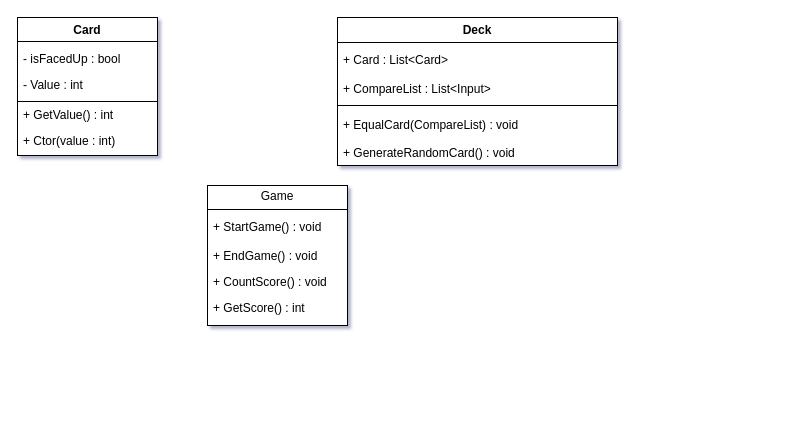
Earlier version of the draw.io diagram UML/CardModule.drawio (SiavashNamjoo/MemoryCardGame). Source tidied: cells renumbered, new cells numbered last; positions are measured from the earlier drawing's top-left corner, leaving out a move shared by most shapes. Both pictures are drawn from the tidied source at 100%, with x=0, y=0 at pixel (17, 17).
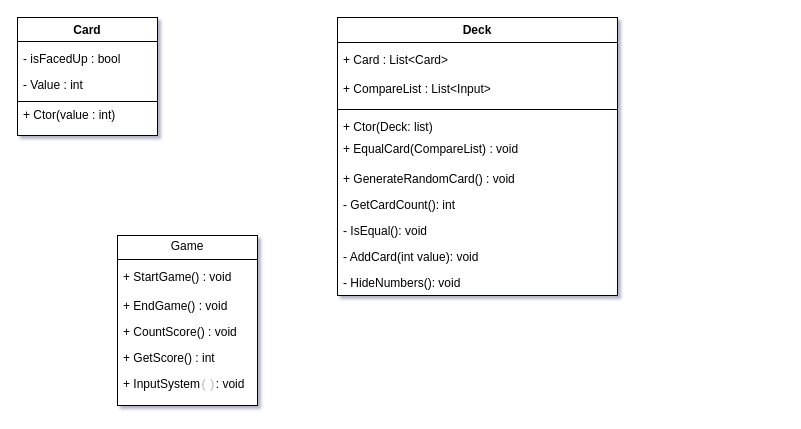
Above is the later version.

Commit message:
Complete UML

Diff of the diagram source:
```diff
@@
     <mxCell id="2" value="&lt;p style=&quot;margin: 4px 0px 0px; text-align: center; line-height: 50%;&quot;&gt;&lt;br&gt;&lt;b&gt;Card&lt;/b&gt;&lt;/p&gt;" style="verticalAlign=top;align=left;overflow=fill;fontSize=12;fontFamily=Helvetica;html=1;whiteSpace=wrap;" parent="1" vertex="1">
-      <mxGeometry width="140" height="138" as="geometry" />
+      <mxGeometry width="140" height="118" as="geometry" />
     </mxCell>
@@
-    <mxCell id="6" value="+ GetValue() : int" style="text;strokeColor=none;fillColor=none;align=left;verticalAlign=top;spacingLeft=4;spacingRight=4;overflow=hidden;whiteSpace=wrap;html=1;" parent="1" vertex="1">
-      <mxGeometry y="84" width="140" height="26" as="geometry" />
-    </mxCell>
@@
     <mxCell id="8" value="&lt;p style=&quot;margin: 4px 0px 0px; text-align: center; line-height: 120%;&quot;&gt;Game&lt;/p&gt;" style="verticalAlign=top;align=left;overflow=fill;fontSize=12;fontFamily=Helvetica;html=1;whiteSpace=wrap;" parent="1" vertex="1">
-      <mxGeometry x="190" y="168" width="140" height="140" as="geometry" />
+      <mxGeometry x="100" y="218" width="140" height="170" as="geometry" />
     </mxCell>
     <mxCell id="9" style="line;strokeWidth=1;fillColor=none;align=left;verticalAlign=middle;spacingTop=-1;spacingLeft=3;spacingRight=3;labelPosition=right;strokeColor=inherit;" parent="1" vertex="1">
-      <mxGeometry x="190" y="188" width="140" height="8" as="geometry" />
+      <mxGeometry x="100" y="238" width="140" height="8" as="geometry" />
     </mxCell>
     <mxCell id="10" value="+ StartGame() : void" style="text;strokeColor=none;fillColor=none;align=left;verticalAlign=top;spacingLeft=4;spacingRight=4;overflow=hidden;whiteSpace=wrap;html=1;" parent="1" vertex="1">
-      <mxGeometry x="190" y="195.5" width="140" height="26" as="geometry" />
+      <mxGeometry x="100" y="245.5" width="140" height="26" as="geometry" />
     </mxCell>
     <mxCell id="11" value="+ EndGame() : void" style="text;strokeColor=none;fillColor=none;align=left;verticalAlign=top;spacingLeft=4;spacingRight=4;overflow=hidden;whiteSpace=wrap;html=1;" parent="1" vertex="1">
-      <mxGeometry x="190" y="224.5" width="140" height="26" as="geometry" />
+      <mxGeometry x="100" y="274.5" width="140" height="26" as="geometry" />
     </mxCell>
     <mxCell id="12" value="&lt;p style=&quot;margin: 4px 0px 0px; text-align: center; line-height: 50%;&quot;&gt;&lt;br&gt;&lt;b&gt;Deck&lt;/b&gt;&lt;/p&gt;" style="verticalAlign=top;align=left;overflow=fill;fontSize=12;fontFamily=Helvetica;html=1;whiteSpace=wrap;" parent="1" vertex="1">
-      <mxGeometry x="320" width="280" height="148" as="geometry" />
+      <mxGeometry x="320" width="280" height="278" as="geometry" />
     </mxCell>
@@
     <mxCell id="15" value="+ GenerateRandomCard() : void" style="text;strokeColor=none;fillColor=none;align=left;verticalAlign=top;spacingLeft=4;spacingRight=4;overflow=hidden;whiteSpace=wrap;html=1;" parent="1" vertex="1">
-      <mxGeometry x="320" y="122" width="280" height="26" as="geometry" />
+      <mxGeometry x="320" y="148" width="280" height="26" as="geometry" />
     </mxCell>
     <mxCell id="16" style="line;strokeWidth=1;fillColor=none;align=left;verticalAlign=middle;spacingTop=-1;spacingLeft=3;spacingRight=3;labelPosition=right;strokeColor=inherit;" parent="1" vertex="1">
-      <mxGeometry x="320" y="84" width="280" height="8" as="geometry" />
+      <mxGeometry x="320" y="88" width="280" height="8" as="geometry" />
     </mxCell>
     <mxCell id="17" value="+ EqualCard(CompareList) : void" style="text;strokeColor=none;fillColor=none;align=left;verticalAlign=top;spacingLeft=4;spacingRight=4;overflow=hidden;whiteSpace=wrap;html=1;" parent="1" vertex="1">
-      <mxGeometry x="320" y="94" width="440" height="20" as="geometry" />
+      <mxGeometry x="320" y="118" width="440" height="30" as="geometry" />
     </mxCell>
     <mxCell id="18" value="+ Ctor(value : int)" style="text;strokeColor=none;fillColor=none;align=left;verticalAlign=top;spacingLeft=4;spacingRight=4;overflow=hidden;whiteSpace=wrap;html=1;" parent="1" vertex="1">
-      <mxGeometry y="110" width="140" height="26" as="geometry" />
+      <mxGeometry y="84" width="140" height="26" as="geometry" />
     </mxCell>
     <mxCell id="19" value="+ CountScore() : void" style="text;strokeColor=none;fillColor=none;align=left;verticalAlign=top;spacingLeft=4;spacingRight=4;overflow=hidden;whiteSpace=wrap;html=1;" parent="1" vertex="1">
-      <mxGeometry x="190" y="250.5" width="140" height="26" as="geometry" />
+      <mxGeometry x="100" y="300.5" width="140" height="26" as="geometry" />
     </mxCell>
     <mxCell id="20" value="+ GetScore() : int" style="text;strokeColor=none;fillColor=none;align=left;verticalAlign=top;spacingLeft=4;spacingRight=4;overflow=hidden;whiteSpace=wrap;html=1;" parent="1" vertex="1">
-      <mxGeometry x="190" y="276.5" width="140" height="26" as="geometry" />
+      <mxGeometry x="100" y="326.5" width="140" height="26" as="geometry" />
     </mxCell>
@@
+    <mxCell id="22" value="+ InputSystem&lt;font face=&quot;JetBrains Mono, monospace&quot; color=&quot;#bdbdbd&quot;&gt;&lt;span style=&quot;font-size: 13.0667px;&quot;&gt;()&lt;/span&gt;&lt;/font&gt;&lt;span style=&quot;background-color: initial;&quot;&gt;: void&lt;/span&gt;" style="text;strokeColor=none;fillColor=none;align=left;verticalAlign=top;spacingLeft=4;spacingRight=4;overflow=hidden;whiteSpace=wrap;html=1;" parent="1" vertex="1">
+      <mxGeometry x="100" y="352.5" width="140" height="26" as="geometry" />
+    </mxCell>
+    <mxCell id="23" value="-&amp;nbsp;GetCardCount(): int" style="text;strokeColor=none;fillColor=none;align=left;verticalAlign=top;spacingLeft=4;spacingRight=4;overflow=hidden;whiteSpace=wrap;html=1;" parent="1" vertex="1">
+      <mxGeometry x="320" y="174" width="280" height="26" as="geometry" />
+    </mxCell>
+    <mxCell id="24" value="- IsEqual(): void" style="text;strokeColor=none;fillColor=none;align=left;verticalAlign=top;spacingLeft=4;spacingRight=4;overflow=hidden;whiteSpace=wrap;html=1;" parent="1" vertex="1">
+      <mxGeometry x="320" y="200" width="280" height="26" as="geometry" />
+    </mxCell>
+    <mxCell id="25" value="- AddCard(int value): void" style="text;strokeColor=none;fillColor=none;align=left;verticalAlign=top;spacingLeft=4;spacingRight=4;overflow=hidden;whiteSpace=wrap;html=1;" parent="1" vertex="1">
+      <mxGeometry x="320" y="226" width="280" height="26" as="geometry" />
+    </mxCell>
+    <mxCell id="26" value="- HideNumbers(): void" style="text;strokeColor=none;fillColor=none;align=left;verticalAlign=top;spacingLeft=4;spacingRight=4;overflow=hidden;whiteSpace=wrap;html=1;" parent="1" vertex="1">
+      <mxGeometry x="320" y="252" width="280" height="26" as="geometry" />
+    </mxCell>
+    <mxCell id="27" value="+ Ctor(Deck: list)" style="text;strokeColor=none;fillColor=none;align=left;verticalAlign=top;spacingLeft=4;spacingRight=4;overflow=hidden;whiteSpace=wrap;html=1;" parent="1" vertex="1">
+      <mxGeometry x="320" y="96" width="100" height="26" as="geometry" />
+    </mxCell>
```
